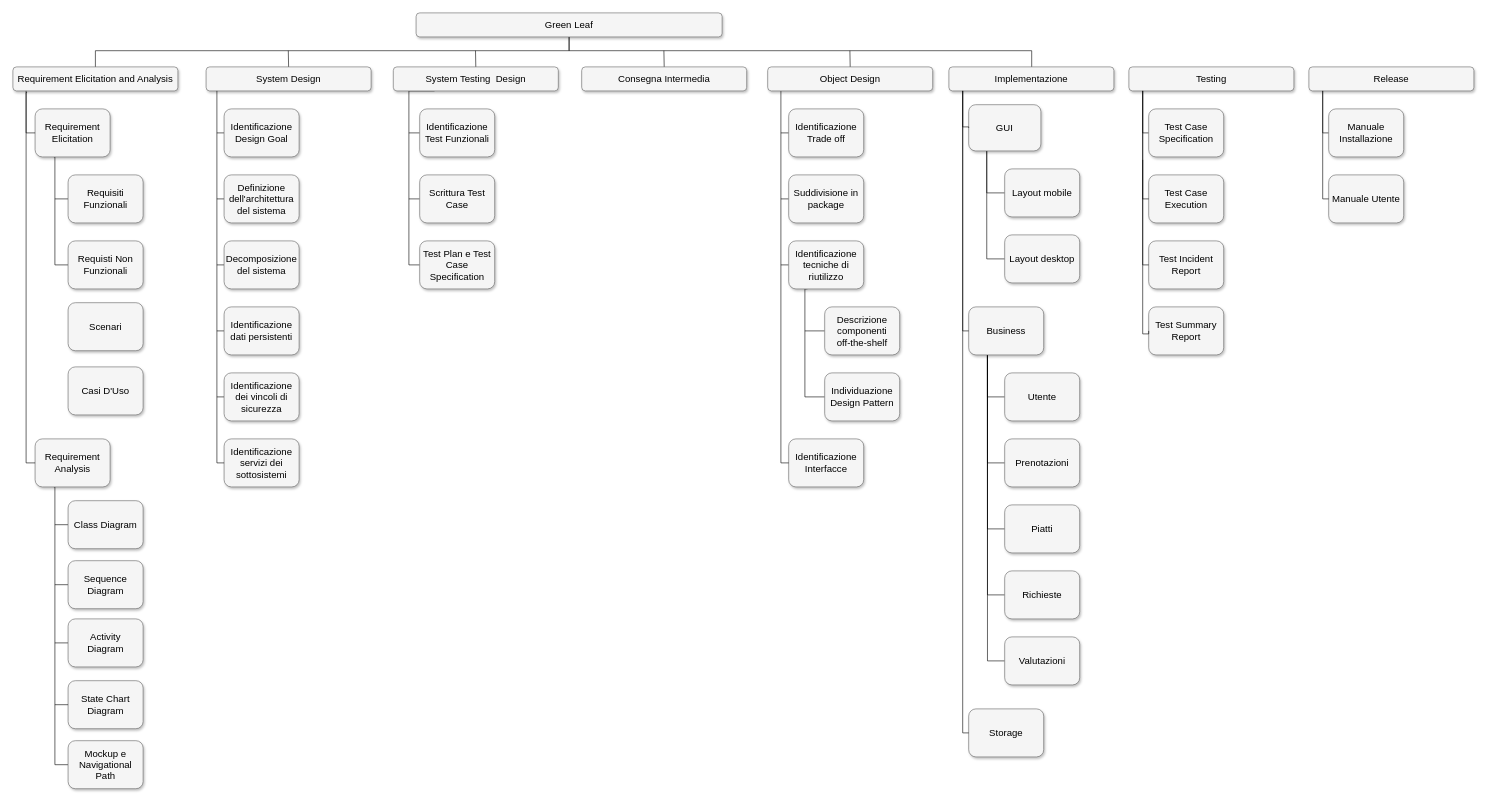
The draw.io diagram page "Page-1" (1 of 2) of Documenti/WBS/WBS_GreenLeaf.drawio in AnttGiam/Green-Leaf, before the edit. Source tidied: cells renumbered, new cells numbered last; positions are measured from the earlier drawing's top-left corner, leaving out a move shared by most shapes. Both pictures are drawn from the tidied source at 60%, with x=0, y=0 at pixel (13, 13).
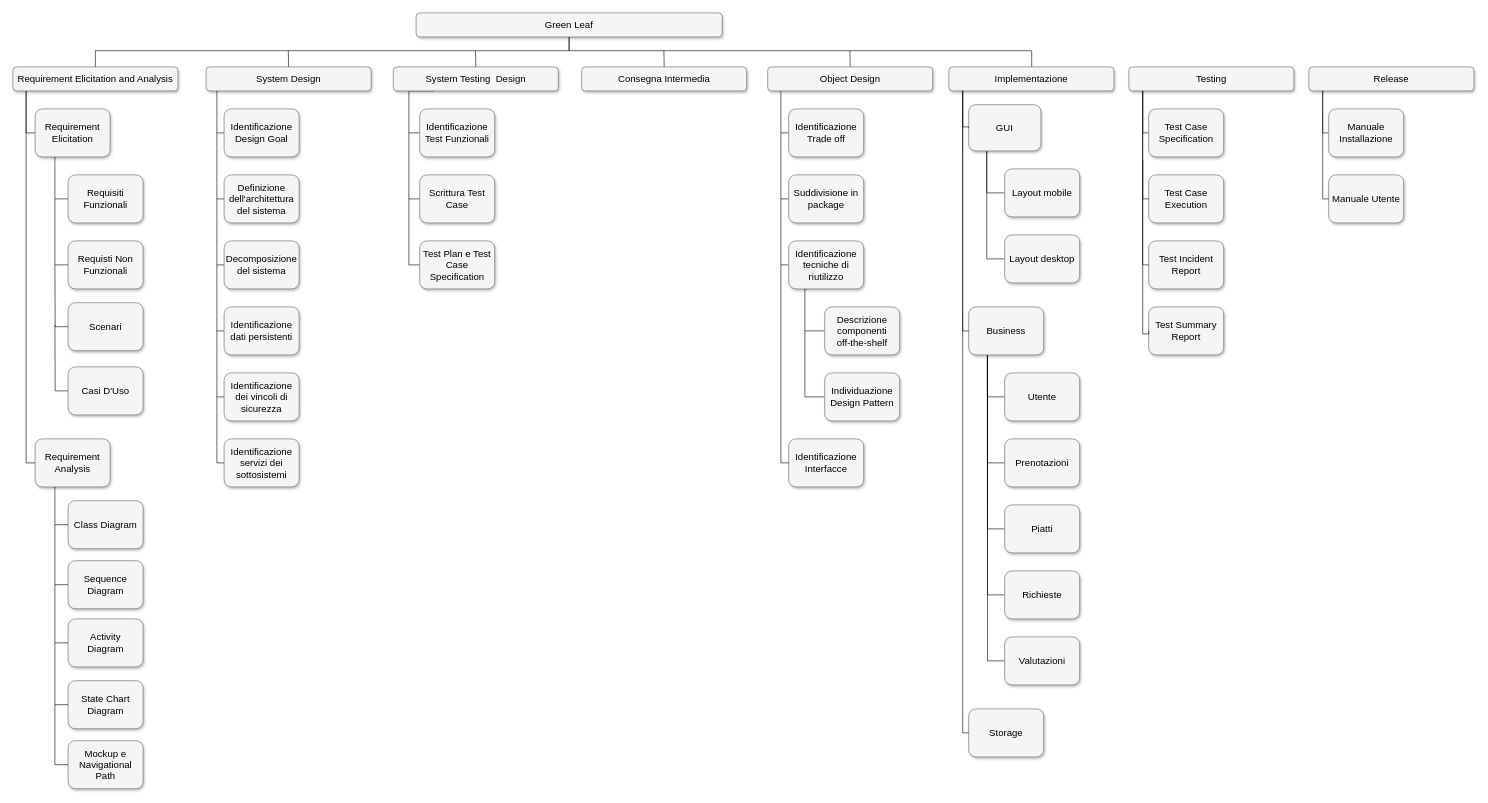
Above is the later version.

Commit message:
WBS con tempi

The change refers to these unchanged cells:
```xml
<mxCell id="8" value="Requirement Elicitation and Analysis" style="whiteSpace=wrap;html=1;rounded=1;shadow=1;strokeWidth=1;fontSize=16;align=center;fillColor=#f5f5f5;strokeColor=#666666;" parent="1" vertex="1">
  <mxGeometry y="90" width="275" height="40" as="geometry" />
</mxCell>
<mxCell id="18" value="Requirement&lt;br&gt;Analysis" style="whiteSpace=wrap;html=1;rounded=1;shadow=1;strokeWidth=1;fontSize=16;align=center;fillColor=#f5f5f5;strokeColor=#666666;" parent="1" vertex="1">
  <mxGeometry x="37" y="710" width="125" height="80" as="geometry" />
</mxCell>
<mxCell id="20" value="Casi D'Uso" style="whiteSpace=wrap;html=1;rounded=1;shadow=1;strokeWidth=1;fontSize=16;align=center;fillColor=#f5f5f5;strokeColor=#666666;" parent="1" vertex="1">
  <mxGeometry x="92" y="590" width="125" height="80" as="geometry" />
</mxCell>
<mxCell id="21" value="Scenari" style="whiteSpace=wrap;html=1;rounded=1;shadow=1;strokeWidth=1;fontSize=16;align=center;fillColor=#f5f5f5;strokeColor=#666666;" parent="1" vertex="1">
  <mxGeometry x="92" y="483" width="125" height="80" as="geometry" />
</mxCell>
```

The edit, as a diff of the source:
```diff
@@
-    <mxCell id="19" style="edgeStyle=orthogonalEdgeStyle;html=1;startSize=6;endFill=0;endSize=6;strokeWidth=1;fontSize=16;rounded=0;endArrow=none;entryX=0;entryY=0.5;entryDx=0;entryDy=0;exitX=0.086;exitY=1.066;exitDx=0;exitDy=0;exitPerimeter=0;" parent="1" edge="1" source="8" target="18">
+    <mxCell id="19" style="edgeStyle=orthogonalEdgeStyle;html=1;startSize=6;endFill=0;endSize=6;strokeWidth=1;fontSize=16;rounded=0;endArrow=none;entryX=0;entryY=0.5;entryDx=0;entryDy=0;exitX=0.08;exitY=1.006;exitDx=0;exitDy=0;exitPerimeter=0;" parent="1" edge="1" source="8" target="18">
       <mxGeometry relative="1" as="geometry">
         <Array as="points">
-          <mxPoint x="22" y="133" />
           <mxPoint x="22" y="750" />
         </Array>
       </mxGeometry>
     </mxCell>
+    <mxCell id="99" style="edgeStyle=orthogonalEdgeStyle;rounded=0;jettySize=auto;html=1;exitX=0;exitY=0.5;exitDx=0;exitDy=0;endArrow=none;endFill=0;" parent="1" edge="1" source="20">
+      <mxGeometry relative="1" as="geometry">
+        <mxPoint x="70" y="520" as="targetPoint" />
+      </mxGeometry>
+    </mxCell>
@@
+    <mxCell id="100" style="edgeStyle=orthogonalEdgeStyle;rounded=0;jettySize=auto;html=1;exitX=0;exitY=0.5;exitDx=0;exitDy=0;endArrow=none;endFill=0;" parent="1" edge="1" source="21">
+      <mxGeometry relative="1" as="geometry">
+        <mxPoint x="70" y="420" as="targetPoint" />
+      </mxGeometry>
+    </mxCell>
```
